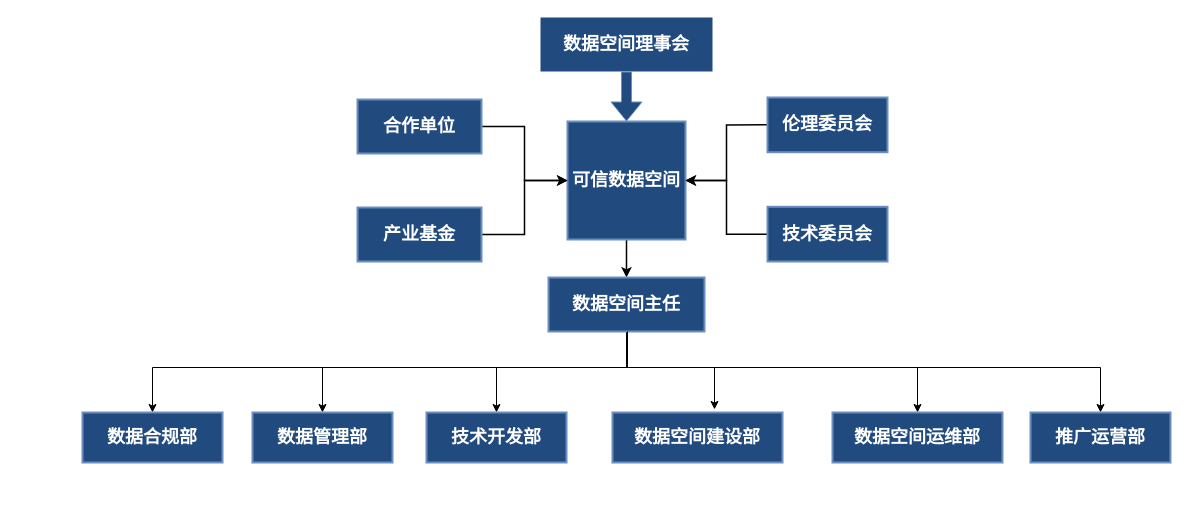
Before: 未命名绘图.drawio in leiming8886/codac, a draw.io diagram. Source tidied: cells renumbered, new cells numbered last; positions are measured from the earlier drawing's top-left corner, leaving out a move shared by most shapes. Both pictures are drawn from the tidied source at 100%, with x=0, y=0 at pixel (82, 17).
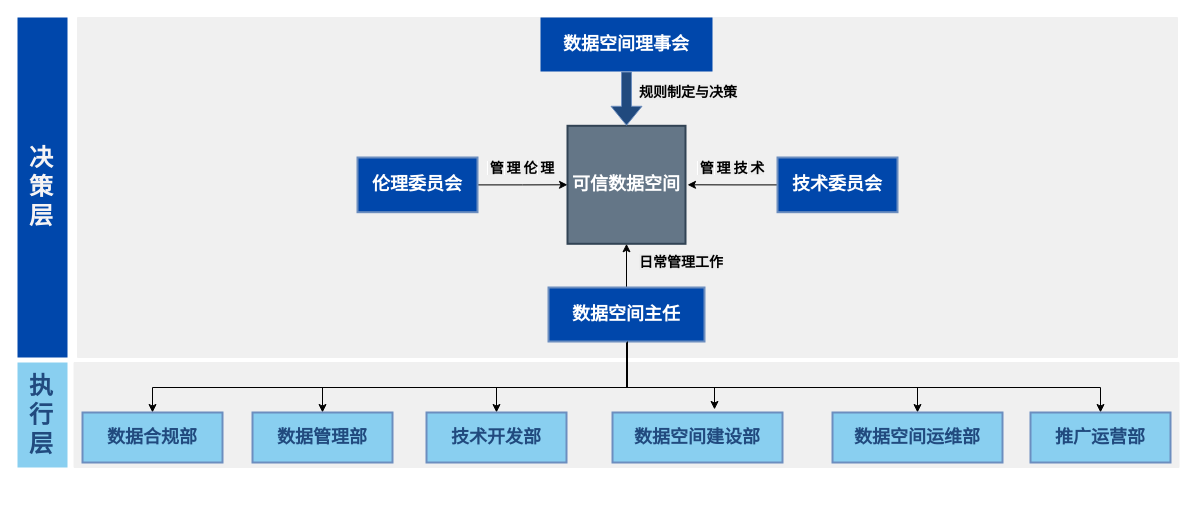
The same page after the edit.

Commit message:
更新未命名绘图.drawio

The change refers to these unchanged cells:
```xml
<mxCell id="17" style="group;" parent="1" vertex="1">
  <mxGeometry y="395" width="1088" height="50" as="geometry" />
</mxCell>
```

Diff of the diagram source:
```diff
@@
+    <mxCell id="30" style="verticalLabelPosition=bottom;verticalAlign=top;html=1;shape=mxgraph.basic.rect;fillColor2=none;strokeWidth=1;size=0;indent=5;strokeColor=#F0F0F0;fillColor=#F0F0F0;" parent="1" vertex="1">
+      <mxGeometry x="-8.5" y="345" width="1105" height="105" as="geometry" />
+    </mxCell>
+    <mxCell id="31" style="verticalLabelPosition=bottom;verticalAlign=top;html=1;shape=mxgraph.basic.rect;fillColor2=none;strokeWidth=1;size=20;indent=5;strokeColor=#F0F0F0;fillColor=#F0F0F0;" parent="1" vertex="1">
+      <mxGeometry x="-5" width="1100" height="340" as="geometry" />
+    </mxCell>
-    <mxCell id="2" value="数据空间理事会" style="whiteSpace=wrap;strokeWidth=2;fontSize=18;fillColor=#214A7E;strokeColor=none;fontStyle=1;fontColor=#FFFFFF;fillStyle=auto;" parent="1" vertex="1">
+    <mxCell id="2" value="数据空间理事会" style="whiteSpace=wrap;strokeWidth=2;fontSize=18;fillColor=#0047AB;strokeColor=none;fontStyle=1;fontColor=#FFFFFF;fillStyle=auto;" parent="1" vertex="1">
       <mxGeometry x="458" width="172" height="54" as="geometry" />
     </mxCell>
-    <mxCell id="3" style="edgeStyle=orthogonalEdgeStyle;rounded=0;jettySize=auto;html=1;exitX=0.5;exitY=1;exitDx=0;exitDy=0;entryX=0.5;entryY=0;entryDx=0;entryDy=0;fontSize=18;fontStyle=1;fontColor=#FFFFFF;strokeWidth=1.5;" parent="1" edge="1" source="4" target="10">
-      <mxGeometry relative="1" as="geometry" />
-    </mxCell>
-    <mxCell id="4" value="可信数据空间" style="strokeWidth=2;whiteSpace=wrap;flipV=1;fontSize=18;fillColor=#214A7E;strokeColor=#6C8EBF;fontStyle=1;fontColor=#FFFFFF;" parent="1" vertex="1">
-      <mxGeometry x="485" y="104" width="118" height="118" as="geometry" />
+    <mxCell id="4" value="可信数据空间" style="strokeWidth=2;whiteSpace=wrap;flipV=1;fontSize=18;fillColor=#647687;strokeColor=#314354;fontStyle=1;fontColor=#ffffff;" parent="1" vertex="1">
+      <mxGeometry x="485" y="108.3" width="118" height="118" as="geometry" />
     </mxCell>
     <mxCell id="5" style="edgeStyle=orthogonalEdgeStyle;rounded=0;jettySize=auto;html=1;entryX=0.5;entryY=0;entryDx=0;entryDy=0;strokeWidth=1;" parent="1" edge="1" source="10" target="23">
       <mxGeometry relative="1" as="geometry">
         <Array as="points">
-          <mxPoint x="544" y="350" />
-          <mxPoint x="70" y="350" />
+          <mxPoint x="544" y="370" />
+          <mxPoint x="70" y="370" />
         </Array>
       </mxGeometry>
     </mxCell>
     <mxCell id="6" style="edgeStyle=orthogonalEdgeStyle;rounded=0;jettySize=auto;html=1;entryX=0.5;entryY=0;entryDx=0;entryDy=0;strokeWidth=1;" parent="1" edge="1" source="10" target="18">
       <mxGeometry relative="1" as="geometry">
         <Array as="points">
-          <mxPoint x="545" y="350" />
-          <mxPoint x="240" y="350" />
+          <mxPoint x="545" y="370" />
+          <mxPoint x="240" y="370" />
         </Array>
       </mxGeometry>
     </mxCell>
     <mxCell id="7" style="edgeStyle=orthogonalEdgeStyle;rounded=0;jettySize=auto;html=1;entryX=0.5;entryY=0;entryDx=0;entryDy=0;strokeWidth=1;" parent="1" edge="1" source="10" target="19">
       <mxGeometry relative="1" as="geometry">
         <Array as="points">
-          <mxPoint x="545" y="350" />
-          <mxPoint x="414" y="350" />
+          <mxPoint x="545" y="370" />
+          <mxPoint x="414" y="370" />
         </Array>
       </mxGeometry>
     </mxCell>
     <mxCell id="8" style="edgeStyle=orthogonalEdgeStyle;rounded=0;jettySize=auto;html=1;entryX=0.5;entryY=0;entryDx=0;entryDy=0;strokeWidth=1;" parent="1" edge="1" source="10" target="21">
       <mxGeometry relative="1" as="geometry">
         <Array as="points">
-          <mxPoint x="545" y="350" />
-          <mxPoint x="835" y="350" />
+          <mxPoint x="545" y="370" />
+          <mxPoint x="835" y="370" />
         </Array>
       </mxGeometry>
     </mxCell>
     <mxCell id="9" style="edgeStyle=orthogonalEdgeStyle;rounded=0;jettySize=auto;html=1;entryX=0.5;entryY=0;entryDx=0;entryDy=0;strokeWidth=1;" parent="1" edge="1" source="10" target="22">
       <mxGeometry relative="1" as="geometry">
         <Array as="points">
-          <mxPoint x="545" y="350" />
-          <mxPoint x="1018" y="350" />
+          <mxPoint x="545" y="370" />
+          <mxPoint x="1018" y="370" />
         </Array>
       </mxGeometry>
     </mxCell>
+    <mxCell id="32" style="edgeStyle=orthogonalEdgeStyle;rounded=0;jettySize=auto;html=1;entryX=0.5;entryY=1;entryDx=0;entryDy=0;" parent="1" edge="1" source="10" target="4">
+      <mxGeometry relative="1" as="geometry" />
+    </mxCell>
-    <mxCell id="10" value="数据空间主任" style="whiteSpace=wrap;strokeWidth=2;fontSize=18;fillColor=#214A7E;strokeColor=#6C8EBF;fontStyle=1;fontColor=#FFFFFF;" parent="1" vertex="1">
-      <mxGeometry x="466" y="260" width="156" height="54" as="geometry" />
+    <mxCell id="10" value="数据空间主任" style="whiteSpace=wrap;strokeWidth=2;fontSize=18;fillColor=#0047AB;strokeColor=#6C8EBF;fontStyle=1;fontColor=#FFFFFF;" parent="1" vertex="1">
+      <mxGeometry x="466" y="270" width="156" height="54" as="geometry" />
     </mxCell>
-    <mxCell id="11" style="edgeStyle=orthogonalEdgeStyle;rounded=0;jettySize=auto;html=1;exitX=0;exitY=0.5;exitDx=0;exitDy=0;entryX=1;entryY=0.5;entryDx=0;entryDy=0;fontSize=18;fontStyle=1;fontColor=#FFFFFF;strokeWidth=1.5;" parent="1" edge="1" source="28" target="4">
-      <mxGeometry relative="1" as="geometry" />
-    </mxCell>
-    <mxCell id="12" style="edgeStyle=orthogonalEdgeStyle;rounded=0;jettySize=auto;html=1;entryX=0;entryY=0.5;entryDx=0;entryDy=0;fontStyle=1;fontColor=#FFFFFF;strokeWidth=1.5;" parent="1" edge="1" source="25" target="4">
-      <mxGeometry relative="1" as="geometry" />
-    </mxCell>
-    <mxCell id="13" style="edgeStyle=orthogonalEdgeStyle;rounded=0;jettySize=auto;html=1;entryX=0;entryY=0.5;entryDx=0;entryDy=0;fontStyle=1;fontColor=#FFFFFF;strokeWidth=1.5;" parent="1" edge="1" source="26" target="4">
-      <mxGeometry relative="1" as="geometry" />
-    </mxCell>
-    <mxCell id="14" style="edgeStyle=orthogonalEdgeStyle;rounded=0;jettySize=auto;html=1;entryX=1;entryY=0.5;entryDx=0;entryDy=0;fontSize=18;fontStyle=1;fontColor=#FFFFFF;strokeWidth=1.5;" parent="1" edge="1" source="29" target="4">
-      <mxGeometry relative="1" as="geometry" />
-    </mxCell>
@@
     <mxCell id="16" style="edgeStyle=orthogonalEdgeStyle;rounded=0;jettySize=auto;html=1;entryX=0.6;entryY=-0.061;entryDx=0;entryDy=0;entryPerimeter=0;strokeWidth=1;" parent="1" edge="1" source="10" target="20">
       <mxGeometry relative="1" as="geometry">
         <Array as="points">
-          <mxPoint x="545" y="350" />
-          <mxPoint x="632" y="350" />
+          <mxPoint x="545" y="370" />
+          <mxPoint x="632" y="370" />
         </Array>
       </mxGeometry>
     </mxCell>
@@
-    <mxCell id="18" value="数据管理部" style="whiteSpace=wrap;strokeWidth=2;fontSize=18;fillColor=#214A7E;strokeColor=#6C8EBF;fontStyle=1;fontColor=#FFFFFF;" parent="17" vertex="1">
+    <mxCell id="18" value="数据管理部" style="whiteSpace=wrap;strokeWidth=2;fontSize=18;fillColor=#89CFF0;strokeColor=#6C8EBF;fontStyle=1;fontColor=#214A7E;labelBackgroundColor=none;" parent="17" vertex="1">
       <mxGeometry x="170" width="140" height="50" as="geometry" />
     </mxCell>
-    <mxCell id="19" value="技术开发部" style="whiteSpace=wrap;strokeWidth=2;fontSize=18;fillColor=#214A7E;strokeColor=#6C8EBF;fontStyle=1;fontColor=#FFFFFF;" parent="17" vertex="1">
+    <mxCell id="19" value="技术开发部" style="whiteSpace=wrap;strokeWidth=2;fontSize=18;fillColor=#89CFF0;strokeColor=#6C8EBF;fontStyle=1;fontColor=#214A7E;" parent="17" vertex="1">
       <mxGeometry x="344" width="140" height="50" as="geometry" />
     </mxCell>
-    <mxCell id="20" value="数据空间建设部" style="whiteSpace=wrap;strokeWidth=2;fontSize=18;fillColor=#214A7E;strokeColor=#6C8EBF;fontStyle=1;fontColor=#FFFFFF;" parent="17" vertex="1">
+    <mxCell id="20" value="数据空间建设部" style="whiteSpace=wrap;strokeWidth=2;fontSize=18;fillColor=#89CFF0;strokeColor=#6C8EBF;fontStyle=1;fontColor=#214A7E;" parent="17" vertex="1">
       <mxGeometry x="530" width="170" height="50" as="geometry" />
     </mxCell>
-    <mxCell id="21" value="数据空间运维部" style="whiteSpace=wrap;strokeWidth=2;fontSize=18;fillColor=#214A7E;strokeColor=#6C8EBF;fontStyle=1;fontColor=#FFFFFF;" parent="17" vertex="1">
+    <mxCell id="21" value="数据空间运维部" style="whiteSpace=wrap;strokeWidth=2;fontSize=18;fillColor=#89CFF0;strokeColor=#6C8EBF;fontStyle=1;fontColor=#214A7E;" parent="17" vertex="1">
       <mxGeometry x="750" width="170" height="50" as="geometry" />
     </mxCell>
-    <mxCell id="22" value="推广运营部" style="whiteSpace=wrap;strokeWidth=2;fontSize=18;fillColor=#214A7E;strokeColor=#6C8EBF;fontStyle=1;fontColor=#FFFFFF;" parent="17" vertex="1">
+    <mxCell id="22" value="推广运营部" style="whiteSpace=wrap;strokeWidth=2;fontSize=18;fillColor=#89CFF0;strokeColor=#6C8EBF;fontStyle=1;fontColor=#214A7E;" parent="17" vertex="1">
       <mxGeometry x="948" width="140" height="50" as="geometry" />
     </mxCell>
-    <mxCell id="23" value="数据合规部" style="whiteSpace=wrap;strokeWidth=2;fontSize=18;fillColor=#214A7E;strokeColor=#6C8EBF;fontStyle=1;fontColor=#FFFFFF;" parent="17" vertex="1">
+    <mxCell id="23" value="数据合规部" style="whiteSpace=wrap;strokeWidth=2;fontSize=18;fillColor=#89CFF0;strokeColor=#6C8EBF;fontStyle=1;fontColor=#214A7E;" parent="17" vertex="1">
       <mxGeometry width="140" height="50" as="geometry" />
     </mxCell>
-    <mxCell id="24" style="group;" parent="1" vertex="1">
-      <mxGeometry x="275" y="82" width="124" height="162" as="geometry" />
-    </mxCell>
-    <mxCell id="25" value="产业基金" style="whiteSpace=wrap;strokeWidth=2;fontSize=18;fillColor=#214A7E;strokeColor=#6C8EBF;fontStyle=1;fontColor=#FFFFFF;" parent="24" vertex="1">
-      <mxGeometry y="108" width="124" height="54" as="geometry" />
-    </mxCell>
-    <mxCell id="26" value="合作单位" style="whiteSpace=wrap;strokeWidth=2;fontSize=18;fillColor=#214A7E;strokeColor=#6C8EBF;fontStyle=1;fontColor=#FFFFFF;" parent="24" vertex="1">
-      <mxGeometry width="124" height="54" as="geometry" />
-    </mxCell>
-    <mxCell id="27" style="group;" parent="1" vertex="1">
-      <mxGeometry x="685" y="80" width="120" height="164" as="geometry" />
-    </mxCell>
+    <mxCell id="33" style="edgeStyle=orthogonalEdgeStyle;rounded=0;jettySize=auto;html=1;" parent="1" edge="1" source="29">
+      <mxGeometry relative="1" as="geometry">
+        <mxPoint x="605" y="167.3" as="targetPoint" />
+      </mxGeometry>
+    </mxCell>
+    <mxCell id="29" value="技术委员会" style="whiteSpace=wrap;strokeWidth=2;fontSize=18;fillColor=#0047AB;strokeColor=#6C8EBF;fontStyle=1;fontColor=#FFFFFF;" parent="1" vertex="1">
+      <mxGeometry x="695" y="140" width="120" height="54.7" as="geometry" />
+    </mxCell>
+    <mxCell id="11" style="edgeStyle=orthogonalEdgeStyle;rounded=0;jettySize=auto;html=1;entryX=0;entryY=0.5;entryDx=0;entryDy=0;fontFamily=Times New Roman;" parent="1" edge="1" source="28" target="4">
+      <mxGeometry relative="1" as="geometry" />
+    </mxCell>
+    <mxCell id="34" value="&lt;span style=&quot;text-wrap: wrap; background-color: rgb(236, 236, 236);&quot;&gt;&lt;font face=&quot;Helvetica&quot;&gt;管理伦理&lt;/font&gt;&lt;/span&gt;" style="edgeLabel;html=1;align=left;verticalAlign=middle;labelPosition=left;verticalLabelPosition=middle;textDirection=vertical-lr;fontFamily=Helvetica;fontSize=14;spacing=0;fontStyle=1;" parent="11" vertex="1">
+      <mxGeometry relative="1" as="geometry">
+        <mxPoint x="-35" y="-17" as="offset" />
+      </mxGeometry>
+    </mxCell>
-    <mxCell id="28" value="伦理委员会" style="whiteSpace=wrap;strokeWidth=2;fontSize=18;fillColor=#214A7E;strokeColor=#6C8EBF;fontStyle=1;fontColor=#FFFFFF;" parent="27" vertex="1">
-      <mxGeometry width="120" height="54.7" as="geometry" />
+    <mxCell id="28" value="伦理委员会" style="whiteSpace=wrap;strokeWidth=2;fontSize=18;fillColor=#0047AB;strokeColor=#6C8EBF;fontStyle=1;fontColor=#FFFFFF;" parent="1" vertex="1">
+      <mxGeometry x="275" y="140" width="120" height="54.7" as="geometry" />
     </mxCell>
-    <mxCell id="29" value="技术委员会" style="whiteSpace=wrap;strokeWidth=2;fontSize=18;fillColor=#214A7E;strokeColor=#6C8EBF;fontStyle=1;fontColor=#FFFFFF;" parent="27" vertex="1">
-      <mxGeometry y="109.3" width="120" height="54.7" as="geometry" />
-    </mxCell>
+    <mxCell id="35" value="&lt;span style=&quot;text-wrap: wrap; background-color: rgb(236, 236, 236);&quot;&gt;&lt;font face=&quot;Helvetica&quot;&gt;管理技术&lt;/font&gt;&lt;/span&gt;" style="edgeLabel;html=1;align=left;verticalAlign=middle;labelPosition=left;verticalLabelPosition=middle;textDirection=vertical-lr;fontFamily=Helvetica;fontSize=14;spacing=0;fontStyle=1;" parent="1" vertex="1">
+      <mxGeometry x="615" y="150" as="geometry" />
+    </mxCell>
+    <mxCell id="36" value="&lt;span style=&quot;color: rgb(0, 0, 0); font-family: Helvetica; font-style: normal; font-variant-ligatures: normal; font-variant-caps: normal; letter-spacing: normal; orphans: 2; text-align: center; text-indent: 0px; text-transform: none; widows: 2; word-spacing: 0px; -webkit-text-stroke-width: 0px; white-space: normal; background-color: rgb(236, 236, 236); text-decoration-thickness: initial; text-decoration-style: initial; text-decoration-color: initial; float: none; display: inline !important;&quot;&gt;&lt;b&gt;规则制定与决策&lt;/b&gt;&lt;/span&gt;" style="text;whiteSpace=wrap;html=1;fontSize=14;" parent="1" vertex="1">
+      <mxGeometry x="555" y="60" width="100" height="30" as="geometry" />
+    </mxCell>
+    <mxCell id="37" value="&lt;span style=&quot;color: rgb(0, 0, 0); font-family: Helvetica; font-style: normal; font-variant-ligatures: normal; font-variant-caps: normal; letter-spacing: normal; orphans: 2; text-align: center; text-indent: 0px; text-transform: none; widows: 2; word-spacing: 0px; -webkit-text-stroke-width: 0px; white-space: normal; background-color: rgb(236, 236, 236); text-decoration-thickness: initial; text-decoration-style: initial; text-decoration-color: initial; float: none; display: inline !important;&quot;&gt;日常管理工作&lt;/span&gt;" style="text;whiteSpace=wrap;html=1;fontStyle=1;fontSize=14;" parent="1" vertex="1">
+      <mxGeometry x="555" y="230" width="90" height="30" as="geometry" />
+    </mxCell>
+    <mxCell id="38" style="verticalLabelPosition=bottom;verticalAlign=top;html=1;shape=mxgraph.basic.rect;fillColor2=none;strokeWidth=1;size=20;indent=5;fillColor=#0047AB;labelBorderColor=none;strokeColor=none;" parent="1" vertex="1">
+      <mxGeometry x="-65" width="50" height="340" as="geometry" />
+    </mxCell>
+    <mxCell id="39" value="决策层" style="text;whiteSpace=wrap;fontSize=24;verticalAlign=middle;fontStyle=1;labelBackgroundColor=none;fontColor=light-dark(#f6f4f4, #ededed);" parent="1" vertex="1">
+      <mxGeometry x="-55" y="92" width="30" height="156" as="geometry" />
+    </mxCell>
+    <mxCell id="40" style="verticalLabelPosition=bottom;verticalAlign=top;html=1;shape=mxgraph.basic.rect;fillColor2=none;strokeWidth=1;size=20;indent=5;fontColor=#FFFFFF;fillColor=light-dark(#89CFF0,#EDEDED);strokeColor=none;" parent="1" vertex="1">
+      <mxGeometry x="-65" y="345" width="50" height="105" as="geometry" />
+    </mxCell>
+    <mxCell id="41" value="执行层" style="text;whiteSpace=wrap;fontSize=24;verticalAlign=middle;fontStyle=1;fontColor=#214A7E;" parent="1" vertex="1">
+      <mxGeometry x="-55" y="319.5" width="30" height="156" as="geometry" />
+    </mxCell>
```
